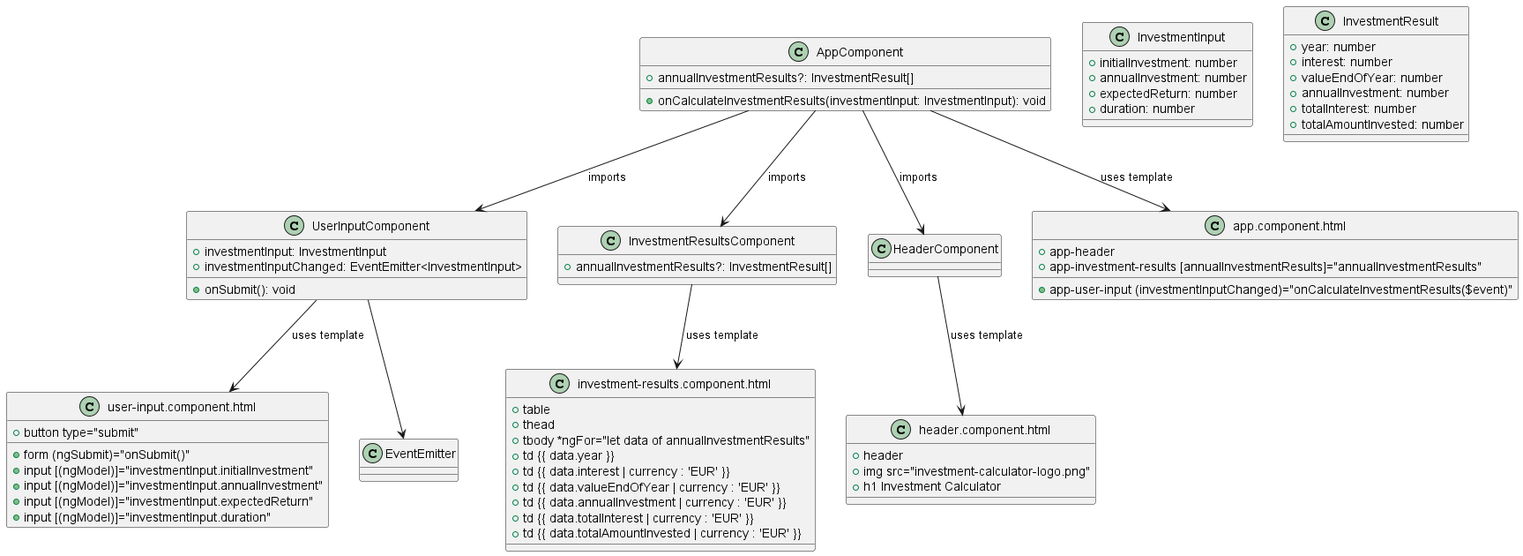
Earlier version of the PlantUML export out/src/diagrams/investment-calculator-cross-componenet-outputs-standalone/Investment Calculator Cross Component Outputs Diagram.png (wtek01/angular-investment-calculator-cross-component-outputs-standalone). Source of this version:
```plantuml
@startuml Investment Calculator Cross Component Outputs Diagram

class AppComponent {
  +annualInvestmentResults?: InvestmentResult[]
  +onCalculateInvestmentResults(investmentInput: InvestmentInput): void
}

class UserInputComponent {
  +investmentInput: InvestmentInput
  +investmentInputChanged: EventEmitter<InvestmentInput>
  +onSubmit(): void
}

class InvestmentResultsComponent {
  +annualInvestmentResults?: InvestmentResult[]
}

class HeaderComponent {
}

class InvestmentInput {
  +initialInvestment: number
  +annualInvestment: number
  +expectedReturn: number
  +duration: number
}

class InvestmentResult {
  +year: number
  +interest: number
  +valueEndOfYear: number
  +annualInvestment: number
  +totalInterest: number
  +totalAmountInvested: number
}

class "app.component.html" as AppComponentTemplate {
  +app-header
  +app-user-input (investmentInputChanged)="onCalculateInvestmentResults($event)"
  +app-investment-results [annualInvestmentResults]="annualInvestmentResults"
}

class "user-input.component.html" as UserInputComponentTemplate {
  +form (ngSubmit)="onSubmit()"
  +input [(ngModel)]="investmentInput.initialInvestment"
  +input [(ngModel)]="investmentInput.annualInvestment"
  +input [(ngModel)]="investmentInput.expectedReturn"
  +input [(ngModel)]="investmentInput.duration"
  +button type="submit"
}

class "investment-results.component.html" as InvestmentResultsComponentTemplate {
  +table
  +thead
  +tbody *ngFor="let data of annualInvestmentResults"
  +td {{ data.year }}
  +td {{ data.interest | currency : 'EUR' }}
  +td {{ data.valueEndOfYear | currency : 'EUR' }}
  +td {{ data.annualInvestment | currency : 'EUR' }}
  +td {{ data.totalInterest | currency : 'EUR' }}
  +td {{ data.totalAmountInvested | currency : 'EUR' }}
}

class "header.component.html" as HeaderComponentTemplate {
  +header
  +img src="investment-calculator-logo.png"
  +h1 Investment Calculator
}

AppComponent --> AppComponentTemplate : uses template
UserInputComponent --> UserInputComponentTemplate : uses template
InvestmentResultsComponent --> InvestmentResultsComponentTemplate : uses template
HeaderComponent --> HeaderComponentTemplate : uses template

AppComponent --> HeaderComponent : imports
AppComponent --> UserInputComponent : imports
AppComponent --> InvestmentResultsComponent : imports
UserInputComponent --> EventEmitter

@enduml
```
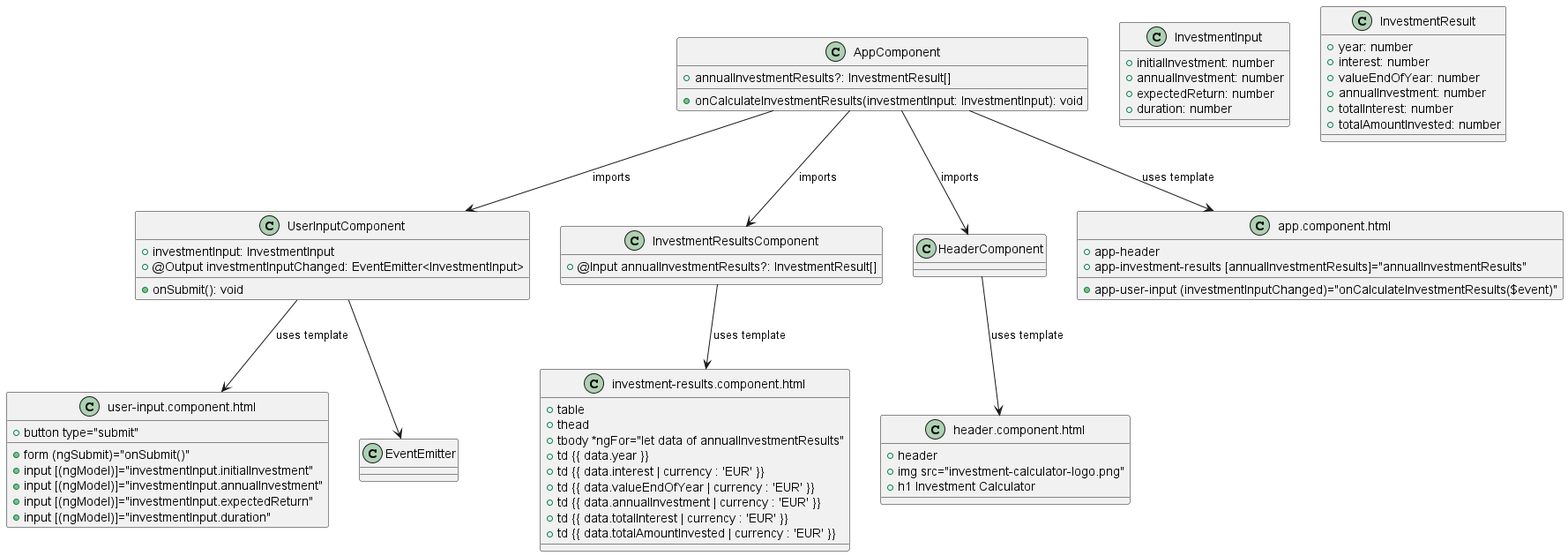
The same diagram one commit later.

Commit message:
Update diagram & Add data moodel

Change to the diagram source:
```diff
@@ -7,12 +7,12 @@
 
 class UserInputComponent {
   +investmentInput: InvestmentInput
-  +investmentInputChanged: EventEmitter<InvestmentInput>
+  +@Output investmentInputChanged: EventEmitter<InvestmentInput>
   +onSubmit(): void
 }
 
 class InvestmentResultsComponent {
-  +annualInvestmentResults?: InvestmentResult[]
+  +@Input annualInvestmentResults?: InvestmentResult[]
 }
 
 class HeaderComponent {
```
